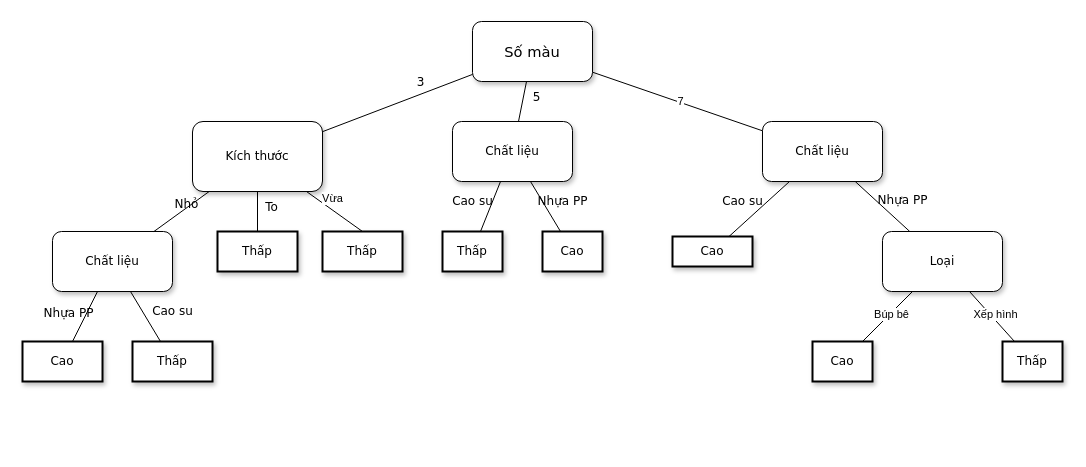
nguyenlz/draw keeps this draw.io diagram as Biểu đồ không có tiêu đề.drawio. Above is the earlier version. Source tidied: cells renumbered, new cells numbered last; positions are measured from the earlier drawing's top-left corner, leaving out a move shared by most shapes. Both pictures are drawn from the tidied source at 100%, with x=0, y=0 at pixel (22, 21).
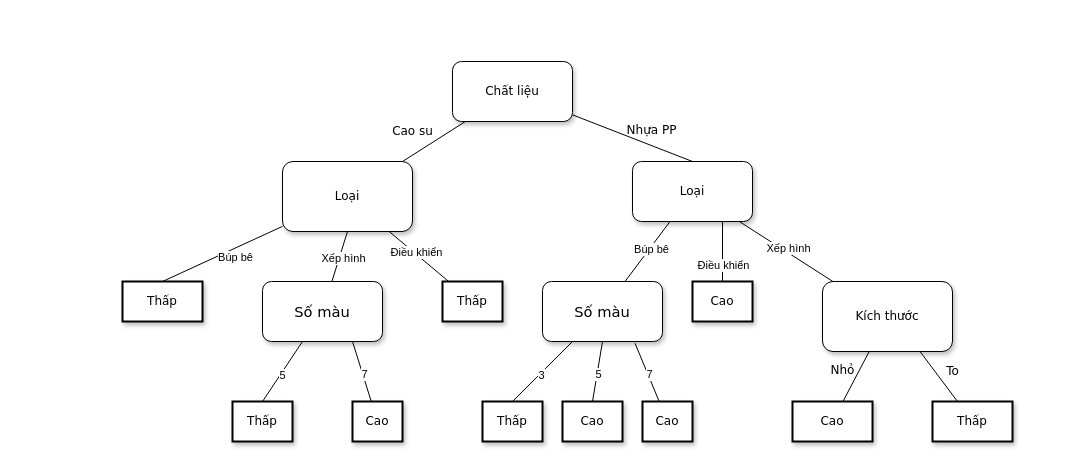
The same page after the edit.

Commit message:
Cập nhật Biểu đồ không có tiêu đề.drawio

Change to the diagram source:
```diff
@@
-    <mxCell id="2" value="&lt;span style=&quot;font-size:11.0pt;font-family:&lt;br/&gt;&amp;quot;Times New Roman&amp;quot;,serif;mso-fareast-font-family:&amp;quot;Times New Roman&amp;quot;;mso-ansi-language:&lt;br/&gt;EN-US;mso-fareast-language:EN-US;mso-bidi-language:AR-SA&quot; lang=&quot;EN-US&quot;&gt;Số màu&lt;/span&gt;" style="whiteSpace=wrap;html=1;rounded=1;shadow=1;labelBackgroundColor=none;strokeWidth=1;fontFamily=Verdana;fontSize=12;align=center;" parent="1" vertex="1">
-      <mxGeometry x="450" width="120" height="60" as="geometry" />
-    </mxCell>
+    <mxCell id="35" value="Chất liệu" style="whiteSpace=wrap;html=1;rounded=1;shadow=1;labelBackgroundColor=none;strokeWidth=1;fontFamily=Verdana;fontSize=12;align=center;" parent="1" vertex="1">
+      <mxGeometry x="430" y="40" width="120" height="60" as="geometry" />
+    </mxCell>
+    <mxCell id="36" value="Loại" style="whiteSpace=wrap;html=1;rounded=1;shadow=1;labelBackgroundColor=none;strokeWidth=1;fontFamily=Verdana;fontSize=12;align=center;" parent="1" vertex="1">
+      <mxGeometry x="260" y="140" width="130" height="70" as="geometry" />
+    </mxCell>
+    <mxCell id="37" value="Nhựa PP" style="rounded=0;html=1;labelBackgroundColor=none;startArrow=none;startFill=0;startSize=5;endArrow=none;endFill=0;endSize=5;jettySize=auto;strokeWidth=1;fontFamily=Verdana;fontSize=12;entryX=0.5;entryY=0;entryDx=0;entryDy=0;" parent="1" edge="1" source="35" target="28">
+      <mxGeometry x="0.25" y="13" relative="1" as="geometry">
+        <mxPoint y="-1" as="offset" />
+      </mxGeometry>
+    </mxCell>
+    <mxCell id="38" value="Cao su" style="rounded=0;html=1;labelBackgroundColor=none;startArrow=none;startFill=0;startSize=5;endArrow=none;endFill=0;endSize=5;jettySize=auto;strokeWidth=1;fontFamily=Verdana;fontSize=12;" parent="1" edge="1" source="35" target="36">
+      <mxGeometry x="0.34" y="-20" relative="1" as="geometry" />
+    </mxCell>
+    <mxCell id="39" style="endArrow=none;html=1;rounded=0;exitX=0.5;exitY=0;exitDx=0;exitDy=0;" parent="1" edge="1" source="41" target="36">
+      <mxGeometry relative="1" as="geometry" />
+    </mxCell>
+    <mxCell id="40" value="Búp bê" style="edgeLabel;html=1;align=center;verticalAlign=middle;" parent="39" vertex="1">
+      <mxGeometry x="0.15" y="-8" relative="1" as="geometry" />
+    </mxCell>
+    <mxCell id="41" value="&lt;span&gt;Thấp&lt;/span&gt;" style="whiteSpace=wrap;html=1;rounded=0;shadow=1;labelBackgroundColor=none;strokeWidth=2;fontFamily=Verdana;fontSize=12;align=center;" parent="1" vertex="1">
+      <mxGeometry x="100" y="260" width="80" height="40" as="geometry" />
+    </mxCell>
+    <mxCell id="42" value="&lt;span&gt;Thấp&lt;/span&gt;" style="whiteSpace=wrap;html=1;rounded=0;shadow=1;labelBackgroundColor=none;strokeWidth=2;fontFamily=Verdana;fontSize=12;align=center;" parent="1" vertex="1">
+      <mxGeometry x="420" y="260" width="60" height="40" as="geometry" />
+    </mxCell>
+    <mxCell id="43" style="endArrow=none;html=1;rounded=0;" parent="1" edge="1" source="42" target="36">
+      <mxGeometry relative="1" as="geometry" />
+    </mxCell>
+    <mxCell id="44" value="Điều khiển" style="edgeLabel;html=1;align=center;verticalAlign=middle;" parent="43" vertex="1">
+      <mxGeometry x="0.13" y="-1" relative="1" as="geometry" />
+    </mxCell>
+    <mxCell id="45" style="endArrow=none;html=1;rounded=0;entryX=0.5;entryY=1;entryDx=0;entryDy=0;" parent="1" edge="1" source="65" target="36">
+      <mxGeometry relative="1" as="geometry" />
+    </mxCell>
+    <mxCell id="46" value="Xếp hình" style="edgeLabel;html=1;align=center;verticalAlign=middle;" parent="45" vertex="1">
+      <mxGeometry x="0.01" y="-4" relative="1" as="geometry" />
+    </mxCell>
+    <mxCell id="28" value="&lt;span&gt;Loại&lt;/span&gt;" style="whiteSpace=wrap;html=1;rounded=1;shadow=1;labelBackgroundColor=none;strokeWidth=1;fontFamily=Verdana;fontSize=12;align=center;" parent="1" vertex="1">
+      <mxGeometry x="610" y="140" width="120" height="60" as="geometry" />
+    </mxCell>
+    <mxCell id="47" value="&lt;span&gt;Cao&lt;/span&gt;" style="whiteSpace=wrap;html=1;rounded=0;shadow=1;labelBackgroundColor=none;strokeWidth=2;fontFamily=Verdana;fontSize=12;align=center;" parent="1" vertex="1">
+      <mxGeometry x="670" y="260" width="60" height="40" as="geometry" />
+    </mxCell>
+    <mxCell id="48" style="endArrow=none;html=1;rounded=0;" parent="1" edge="1" source="54" target="28">
+      <mxGeometry relative="1" as="geometry" />
+    </mxCell>
+    <mxCell id="49" value="Búp bê" style="edgeLabel;html=1;align=center;verticalAlign=middle;" parent="48" vertex="1">
+      <mxGeometry x="0.13" y="-1" relative="1" as="geometry" />
+    </mxCell>
+    <mxCell id="50" style="endArrow=none;html=1;rounded=0;" parent="1" edge="1" source="3" target="28">
+      <mxGeometry relative="1" as="geometry" />
+    </mxCell>
+    <mxCell id="51" value="Xếp hình" style="edgeLabel;html=1;align=center;verticalAlign=middle;" parent="50" vertex="1">
+      <mxGeometry x="0.01" y="-4" relative="1" as="geometry" />
+    </mxCell>
+    <mxCell id="52" style="endArrow=none;html=1;rounded=0;entryX=0.75;entryY=1;entryDx=0;entryDy=0;" parent="1" edge="1" source="47" target="28">
+      <mxGeometry relative="1" as="geometry" />
+    </mxCell>
+    <mxCell id="53" value="Điều khiển" style="edgeLabel;html=1;align=center;verticalAlign=middle;" parent="52" vertex="1">
+      <mxGeometry x="-0.44" relative="1" as="geometry" />
+    </mxCell>
+    <mxCell id="54" value="&lt;span style=&quot;font-size:11.0pt;font-family:&lt;br/&gt;&amp;quot;Times New Roman&amp;quot;,serif;mso-fareast-font-family:&amp;quot;Times New Roman&amp;quot;;mso-ansi-language:&lt;br/&gt;EN-US;mso-fareast-language:EN-US;mso-bidi-language:AR-SA&quot; lang=&quot;EN-US&quot;&gt;Số màu&lt;/span&gt;" style="whiteSpace=wrap;html=1;rounded=1;shadow=1;labelBackgroundColor=none;strokeWidth=1;fontFamily=Verdana;fontSize=12;align=center;" parent="1" vertex="1">
+      <mxGeometry x="520" y="260" width="120" height="60" as="geometry" />
+    </mxCell>
+    <mxCell id="55" style="endArrow=none;html=1;rounded=0;exitX=0.5;exitY=0;exitDx=0;exitDy=0;" parent="1" edge="1" source="56" target="54">
+      <mxGeometry relative="1" as="geometry" />
+    </mxCell>
+    <mxCell id="6" value="3" style="edgeLabel;html=1;align=center;verticalAlign=middle;" parent="55" vertex="1">
+      <mxGeometry x="-0.08" y="-1" relative="1" as="geometry" />
+    </mxCell>
+    <mxCell id="56" value="&lt;span&gt;Thấp&lt;/span&gt;" style="whiteSpace=wrap;html=1;rounded=0;shadow=1;labelBackgroundColor=none;strokeWidth=2;fontFamily=Verdana;fontSize=12;align=center;" parent="1" vertex="1">
+      <mxGeometry x="460" y="380" width="60" height="40" as="geometry" />
+    </mxCell>
+    <mxCell id="57" style="endArrow=none;html=1;rounded=0;exitX=0.5;exitY=0;exitDx=0;exitDy=0;entryX=0.5;entryY=1;entryDx=0;entryDy=0;" parent="1" edge="1" source="59" target="54">
+      <mxGeometry relative="1" as="geometry" />
+    </mxCell>
+    <mxCell id="58" value="5" style="edgeLabel;html=1;align=center;verticalAlign=middle;" parent="57" vertex="1">
+      <mxGeometry x="-0.08" y="-1" relative="1" as="geometry" />
+    </mxCell>
+    <mxCell id="59" value="&lt;span&gt;Cao&lt;/span&gt;" style="whiteSpace=wrap;html=1;rounded=0;shadow=1;labelBackgroundColor=none;strokeWidth=2;fontFamily=Verdana;fontSize=12;align=center;" parent="1" vertex="1">
+      <mxGeometry x="540" y="380" width="60" height="40" as="geometry" />
+    </mxCell>
+    <mxCell id="60" style="endArrow=none;html=1;rounded=0;entryX=0.771;entryY=1.029;entryDx=0;entryDy=0;entryPerimeter=0;" parent="1" edge="1" source="62" target="54">
+      <mxGeometry relative="1" as="geometry" />
+    </mxCell>
+    <mxCell id="61" value="7" style="edgeLabel;html=1;align=center;verticalAlign=middle;" parent="60" vertex="1">
+      <mxGeometry x="-0.08" y="-1" relative="1" as="geometry" />
+    </mxCell>
+    <mxCell id="62" value="&lt;span&gt;Cao&lt;/span&gt;" style="whiteSpace=wrap;html=1;rounded=0;shadow=1;labelBackgroundColor=none;strokeWidth=2;fontFamily=Verdana;fontSize=12;align=center;" parent="1" vertex="1">
+      <mxGeometry x="620" y="380" width="50" height="40" as="geometry" />
+    </mxCell>
     <mxCell id="3" value="Kích thước" style="whiteSpace=wrap;html=1;rounded=1;shadow=1;labelBackgroundColor=none;strokeWidth=1;fontFamily=Verdana;fontSize=12;align=center;" parent="1" vertex="1">
-      <mxGeometry x="170" y="100" width="130" height="70" as="geometry" />
+      <mxGeometry x="800" y="260" width="130" height="70" as="geometry" />
     </mxCell>
-    <mxCell id="4" value="&lt;span&gt;Chất liệu&lt;/span&gt;" style="whiteSpace=wrap;html=1;rounded=1;shadow=1;labelBackgroundColor=none;strokeWidth=1;fontFamily=Verdana;fontSize=12;align=center;" parent="1" vertex="1">
-      <mxGeometry x="430" y="100" width="120" height="60" as="geometry" />
-    </mxCell>
-    <mxCell id="5" value="5" style="rounded=0;html=1;labelBackgroundColor=none;startArrow=none;startFill=0;startSize=5;endArrow=none;endFill=0;endSize=5;jettySize=auto;strokeWidth=1;fontFamily=Verdana;fontSize=12;" parent="1" edge="1" source="2" target="4">
-      <mxGeometry x="-0.3" y="13" relative="1" as="geometry" />
-    </mxCell>
-    <mxCell id="6" value="3" style="rounded=0;html=1;labelBackgroundColor=none;startArrow=none;startFill=0;startSize=5;endArrow=none;endFill=0;endSize=5;jettySize=auto;strokeWidth=1;fontFamily=Verdana;fontSize=12;" parent="1" edge="1" source="2" target="3">
-      <mxGeometry x="-0.36" y="-11" relative="1" as="geometry" />
-    </mxCell>
-    <mxCell id="7" value="&lt;span&gt;Chất liệu&lt;/span&gt;" style="whiteSpace=wrap;html=1;rounded=1;shadow=1;labelBackgroundColor=none;strokeWidth=1;fontFamily=Verdana;fontSize=12;align=center;" parent="1" vertex="1">
-      <mxGeometry x="30" y="210" width="120" height="60" as="geometry" />
-    </mxCell>
-    <mxCell id="8" value="&lt;span&gt;Thấp&lt;/span&gt;" style="whiteSpace=wrap;html=1;rounded=0;shadow=1;labelBackgroundColor=none;strokeWidth=2;fontFamily=Verdana;fontSize=12;align=center;" parent="1" vertex="1">
-      <mxGeometry x="420" y="210" width="60" height="40" as="geometry" />
-    </mxCell>
-    <mxCell id="9" value="&lt;span&gt;Cao&lt;/span&gt;" style="whiteSpace=wrap;html=1;rounded=0;shadow=1;labelBackgroundColor=none;strokeWidth=2;fontFamily=Verdana;fontSize=12;align=center;" parent="1" vertex="1">
-      <mxGeometry x="520" y="210" width="60" height="40" as="geometry" />
-    </mxCell>
+    <mxCell id="63" value="&lt;span&gt;Thấp&lt;/span&gt;" style="whiteSpace=wrap;html=1;rounded=0;shadow=1;labelBackgroundColor=none;strokeWidth=2;fontFamily=Verdana;fontSize=12;align=center;" parent="1" vertex="1">
+      <mxGeometry x="910" y="380" width="80" height="40" as="geometry" />
+    </mxCell>
-    <mxCell id="10" value="Nhỏ" style="rounded=0;html=1;labelBackgroundColor=none;startArrow=none;startFill=0;startSize=5;endArrow=none;endFill=0;endSize=5;jettySize=auto;strokeWidth=1;fontFamily=Verdana;fontSize=12;" parent="1" edge="1" source="3" target="7">
-      <mxGeometry x="-0.23" y="-3" relative="1" as="geometry" />
+    <mxCell id="10" value="Nhỏ" style="rounded=0;html=1;labelBackgroundColor=none;startArrow=none;startFill=0;startSize=5;endArrow=none;endFill=0;endSize=5;jettySize=auto;strokeWidth=1;fontFamily=Verdana;fontSize=12;" parent="1" edge="1" source="3" target="64">
+      <mxGeometry x="0.07" y="-14" relative="1" as="geometry">
+        <mxPoint y="-1" as="offset" />
+      </mxGeometry>
     </mxCell>
-    <mxCell id="11" value="To" style="rounded=0;html=1;labelBackgroundColor=none;startArrow=none;startFill=0;startSize=5;endArrow=none;endFill=0;endSize=5;jettySize=auto;strokeWidth=1;fontFamily=Verdana;fontSize=12;" parent="1" edge="1" source="3" target="26">
-      <mxGeometry x="-0.2" y="14" relative="1" as="geometry" />
+    <mxCell id="11" value="To" style="rounded=0;html=1;labelBackgroundColor=none;startArrow=none;startFill=0;startSize=5;endArrow=none;endFill=0;endSize=5;jettySize=auto;strokeWidth=1;fontFamily=Verdana;fontSize=12;exitX=0.75;exitY=1;exitDx=0;exitDy=0;" parent="1" edge="1" source="3" target="63">
+      <mxGeometry x="0.14" y="14" relative="1" as="geometry" />
     </mxCell>
-    <mxCell id="12" value="Cao su" style="rounded=0;html=1;labelBackgroundColor=none;startArrow=none;startFill=0;startSize=5;endArrow=none;endFill=0;endSize=5;jettySize=auto;strokeWidth=1;fontFamily=Verdana;fontSize=12;" parent="1" edge="1" source="4" target="8">
-      <mxGeometry x="0.08" y="-19" relative="1" as="geometry" />
-    </mxCell>
-    <mxCell id="13" value="Nhựa PP" style="rounded=0;html=1;labelBackgroundColor=none;startArrow=none;startFill=0;startSize=5;endArrow=none;endFill=0;endSize=5;jettySize=auto;strokeWidth=1;fontFamily=Verdana;fontSize=12;" parent="1" edge="1" source="4" target="9">
-      <mxGeometry x="0.15" y="17" relative="1" as="geometry" />
-    </mxCell>
-    <mxCell id="14" value="Cao su" style="rounded=0;html=1;labelBackgroundColor=none;startArrow=none;startFill=0;startSize=5;endArrow=none;endFill=0;endSize=5;jettySize=auto;strokeWidth=1;fontFamily=Verdana;fontSize=12;" parent="1" edge="1" source="7" target="16">
-      <mxGeometry x="0.33" y="26" relative="1" as="geometry" />
-    </mxCell>
-    <mxCell id="15" value="Nhựa PP" style="rounded=0;html=1;labelBackgroundColor=none;startArrow=none;startFill=0;startSize=5;endArrow=none;endFill=0;endSize=5;jettySize=auto;strokeWidth=1;fontFamily=Verdana;fontSize=12;" parent="1" edge="1" source="7" target="17">
-      <mxGeometry x="0.19" y="-16" relative="1" as="geometry" />
-    </mxCell>
-    <mxCell id="16" value="&lt;span&gt;Thấp&lt;/span&gt;" style="whiteSpace=wrap;html=1;rounded=0;shadow=1;labelBackgroundColor=none;strokeWidth=2;fontFamily=Verdana;fontSize=12;align=center;" parent="1" vertex="1">
-      <mxGeometry x="110" y="320" width="80" height="40" as="geometry" />
-    </mxCell>
-    <mxCell id="17" value="&lt;span&gt;Cao&lt;/span&gt;" style="whiteSpace=wrap;html=1;rounded=0;shadow=1;labelBackgroundColor=none;strokeWidth=2;fontFamily=Verdana;fontSize=12;align=center;" parent="1" vertex="1">
-      <mxGeometry y="320" width="80" height="40" as="geometry" />
-    </mxCell>
-    <mxCell id="18" value="&lt;span&gt;Chất liệu&lt;/span&gt;" style="whiteSpace=wrap;html=1;rounded=1;shadow=1;labelBackgroundColor=none;strokeWidth=1;fontFamily=Verdana;fontSize=12;align=center;" parent="1" vertex="1">
-      <mxGeometry x="740" y="100" width="120" height="60" as="geometry" />
-    </mxCell>
-    <mxCell id="19" value="&lt;span&gt;Cao&lt;/span&gt;" style="whiteSpace=wrap;html=1;rounded=0;shadow=1;labelBackgroundColor=none;strokeWidth=2;fontFamily=Verdana;fontSize=12;align=center;" parent="1" vertex="1">
-      <mxGeometry x="650" y="215" width="80" height="30" as="geometry" />
-    </mxCell>
-    <mxCell id="20" value="Cao su" style="rounded=0;html=1;labelBackgroundColor=none;startArrow=none;startFill=0;startSize=5;endArrow=none;endFill=0;endSize=5;jettySize=auto;strokeWidth=1;fontFamily=Verdana;fontSize=12;" parent="1" edge="1" source="18" target="19">
-      <mxGeometry x="0.18" y="-17" relative="1" as="geometry" />
-    </mxCell>
-    <mxCell id="21" value="Nhựa PP" style="rounded=0;html=1;labelBackgroundColor=none;startArrow=none;startFill=0;startSize=5;endArrow=none;endFill=0;endSize=5;jettySize=auto;strokeWidth=1;fontFamily=Verdana;fontSize=12;" parent="1" edge="1" source="18" target="28">
-      <mxGeometry x="0.31" y="17" relative="1" as="geometry">
-        <mxPoint y="-1" as="offset" />
-      </mxGeometry>
-    </mxCell>
-    <mxCell id="22" style="endArrow=none;html=1;rounded=0;" parent="1" edge="1" source="18" target="2">
-      <mxGeometry relative="1" as="geometry" />
-    </mxCell>
-    <mxCell id="23" value="7" style="edgeLabel;html=1;align=center;verticalAlign=middle;" parent="22" vertex="1">
-      <mxGeometry x="-0.01" y="-1" relative="1" as="geometry">
-        <mxPoint x="1" as="offset" />
-      </mxGeometry>
-    </mxCell>
-    <mxCell id="24" style="endArrow=none;html=1;rounded=0;exitX=0.5;exitY=0;exitDx=0;exitDy=0;" parent="1" edge="1" source="27" target="3">
-      <mxGeometry relative="1" as="geometry" />
-    </mxCell>
-    <mxCell id="25" value="Vừa" style="edgeLabel;html=1;align=center;verticalAlign=middle;" parent="24" vertex="1">
-      <mxGeometry x="-0.26" relative="1" as="geometry">
-        <mxPoint x="-10" y="-19" as="offset" />
-      </mxGeometry>
-    </mxCell>
-    <mxCell id="26" value="&lt;span&gt;Thấp&lt;/span&gt;" style="whiteSpace=wrap;html=1;rounded=0;shadow=1;labelBackgroundColor=none;strokeWidth=2;fontFamily=Verdana;fontSize=12;align=center;" parent="1" vertex="1">
-      <mxGeometry x="195" y="210" width="80" height="40" as="geometry" />
-    </mxCell>
-    <mxCell id="27" value="&lt;span&gt;Thấp&lt;/span&gt;" style="whiteSpace=wrap;html=1;rounded=0;shadow=1;labelBackgroundColor=none;strokeWidth=2;fontFamily=Verdana;fontSize=12;align=center;" parent="1" vertex="1">
-      <mxGeometry x="300" y="210" width="80" height="40" as="geometry" />
-    </mxCell>
-    <mxCell id="28" value="&lt;span&gt;Loại&lt;/span&gt;" style="whiteSpace=wrap;html=1;rounded=1;shadow=1;labelBackgroundColor=none;strokeWidth=1;fontFamily=Verdana;fontSize=12;align=center;" parent="1" vertex="1">
-      <mxGeometry x="860" y="210" width="120" height="60" as="geometry" />
-    </mxCell>
-    <mxCell id="29" value="&lt;span&gt;Cao&lt;/span&gt;" style="whiteSpace=wrap;html=1;rounded=0;shadow=1;labelBackgroundColor=none;strokeWidth=2;fontFamily=Verdana;fontSize=12;align=center;" parent="1" vertex="1">
-      <mxGeometry x="790" y="320" width="60" height="40" as="geometry" />
-    </mxCell>
-    <mxCell id="30" style="endArrow=none;html=1;rounded=0;" parent="1" edge="1" source="29" target="28">
-      <mxGeometry relative="1" as="geometry" />
-    </mxCell>
-    <mxCell id="31" value="Búp bê" style="edgeLabel;html=1;align=center;verticalAlign=middle;" parent="30" vertex="1">
-      <mxGeometry x="0.13" y="-1" relative="1" as="geometry" />
-    </mxCell>
-    <mxCell id="32" value="&lt;span&gt;Thấp&lt;/span&gt;" style="whiteSpace=wrap;html=1;rounded=0;shadow=1;labelBackgroundColor=none;strokeWidth=2;fontFamily=Verdana;fontSize=12;align=center;" parent="1" vertex="1">
-      <mxGeometry x="980" y="320" width="60" height="40" as="geometry" />
-    </mxCell>
-    <mxCell id="33" style="endArrow=none;html=1;rounded=0;" parent="1" edge="1" source="32" target="28">
-      <mxGeometry relative="1" as="geometry" />
-    </mxCell>
-    <mxCell id="34" value="Xếp hình" style="edgeLabel;html=1;align=center;verticalAlign=middle;" parent="33" vertex="1">
-      <mxGeometry x="0.01" y="-4" relative="1" as="geometry" />
-    </mxCell>
+    <mxCell id="64" value="&lt;span&gt;Cao&lt;/span&gt;" style="whiteSpace=wrap;html=1;rounded=0;shadow=1;labelBackgroundColor=none;strokeWidth=2;fontFamily=Verdana;fontSize=12;align=center;" parent="1" vertex="1">
+      <mxGeometry x="770" y="380" width="80" height="40" as="geometry" />
+    </mxCell>
+    <mxCell id="65" value="&lt;span style=&quot;font-size:11.0pt;font-family:&lt;br/&gt;&amp;quot;Times New Roman&amp;quot;,serif;mso-fareast-font-family:&amp;quot;Times New Roman&amp;quot;;mso-ansi-language:&lt;br/&gt;EN-US;mso-fareast-language:EN-US;mso-bidi-language:AR-SA&quot; lang=&quot;EN-US&quot;&gt;Số màu&lt;/span&gt;" style="whiteSpace=wrap;html=1;rounded=1;shadow=1;labelBackgroundColor=none;strokeWidth=1;fontFamily=Verdana;fontSize=12;align=center;" parent="1" vertex="1">
+      <mxGeometry x="240" y="260" width="120" height="60" as="geometry" />
+    </mxCell>
+    <mxCell id="66" style="endArrow=none;html=1;rounded=0;exitX=0.5;exitY=0;exitDx=0;exitDy=0;" parent="1" edge="1" source="68" target="65">
+      <mxGeometry relative="1" as="geometry" />
+    </mxCell>
+    <mxCell id="67" value="5" style="edgeLabel;html=1;align=center;verticalAlign=middle;" parent="66" vertex="1">
+      <mxGeometry x="-0.08" y="-1" relative="1" as="geometry" />
+    </mxCell>
+    <mxCell id="68" value="&lt;span&gt;Thấp&lt;/span&gt;" style="whiteSpace=wrap;html=1;rounded=0;shadow=1;labelBackgroundColor=none;strokeWidth=2;fontFamily=Verdana;fontSize=12;align=center;" parent="1" vertex="1">
+      <mxGeometry x="210" y="380" width="60" height="40" as="geometry" />
+    </mxCell>
+    <mxCell id="69" style="endArrow=none;html=1;rounded=0;entryX=0.75;entryY=1;entryDx=0;entryDy=0;" parent="1" edge="1" source="71" target="65">
+      <mxGeometry relative="1" as="geometry" />
+    </mxCell>
+    <mxCell id="70" value="7" style="edgeLabel;html=1;align=center;verticalAlign=middle;" parent="69" vertex="1">
+      <mxGeometry x="-0.08" y="-1" relative="1" as="geometry" />
+    </mxCell>
+    <mxCell id="71" value="&lt;span&gt;Cao&lt;/span&gt;" style="whiteSpace=wrap;html=1;rounded=0;shadow=1;labelBackgroundColor=none;strokeWidth=2;fontFamily=Verdana;fontSize=12;align=center;" parent="1" vertex="1">
+      <mxGeometry x="330" y="380" width="50" height="40" as="geometry" />
+    </mxCell>
```
